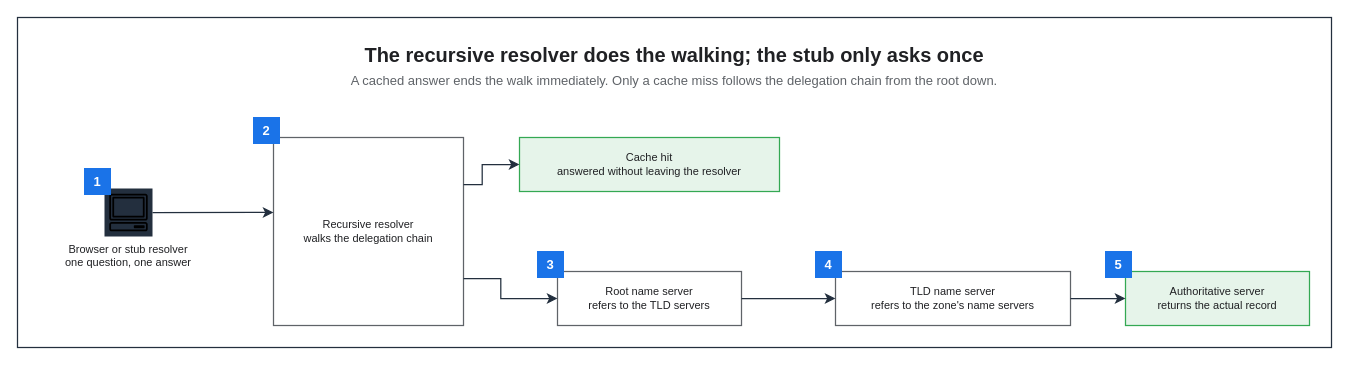
KKamJi98/kkamji98.github.io keeps this draw.io diagram as assets/img/network/dns-recursive-resolution.drawio. Above is the earlier version. Source tidied: cells renumbered, new cells numbered last; positions are measured from the earlier drawing's top-left corner, leaving out a move shared by most shapes. Both pictures are drawn from the tidied source at 100%, with x=0, y=0 at pixel (17, 17).
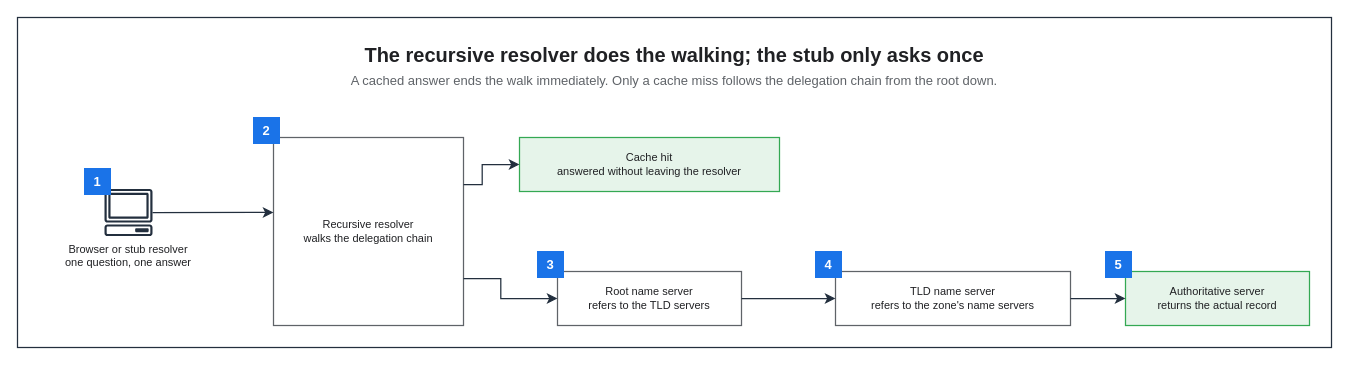
Above is the later version.

Diff of the diagram source:
```diff
@@
-    <mxCell id="5" value="Browser or stub resolver&#10;one question, one answer" style="sketch=0;outlineConnect=0;gradientColor=none;html=0;whiteSpace=nowrap;fontSize=11;fontStyle=0;fontColor=#202124;verticalLabelPosition=bottom;verticalAlign=top;align=center;labelBackgroundColor=none;fillColor=#232F3E;strokeColor=none;dashed=0;shape=mxgraph.aws4.resourceIcon;resIcon=mxgraph.aws4.client;" parent="1" vertex="1">
+    <mxCell id="5" value="Browser or stub resolver&#10;one question, one answer" style="sketch=0;outlineConnect=0;gradientColor=none;html=0;whiteSpace=nowrap;fontSize=11;fontStyle=0;fontColor=#202124;verticalLabelPosition=bottom;verticalAlign=top;align=center;labelBackgroundColor=none;fillColor=#232F3E;strokeColor=none;dashed=0;shape=mxgraph.aws4.client;" parent="1" vertex="1">
       <mxGeometry x="87" y="171" width="48" height="48" as="geometry" />
     </mxCell>
```
